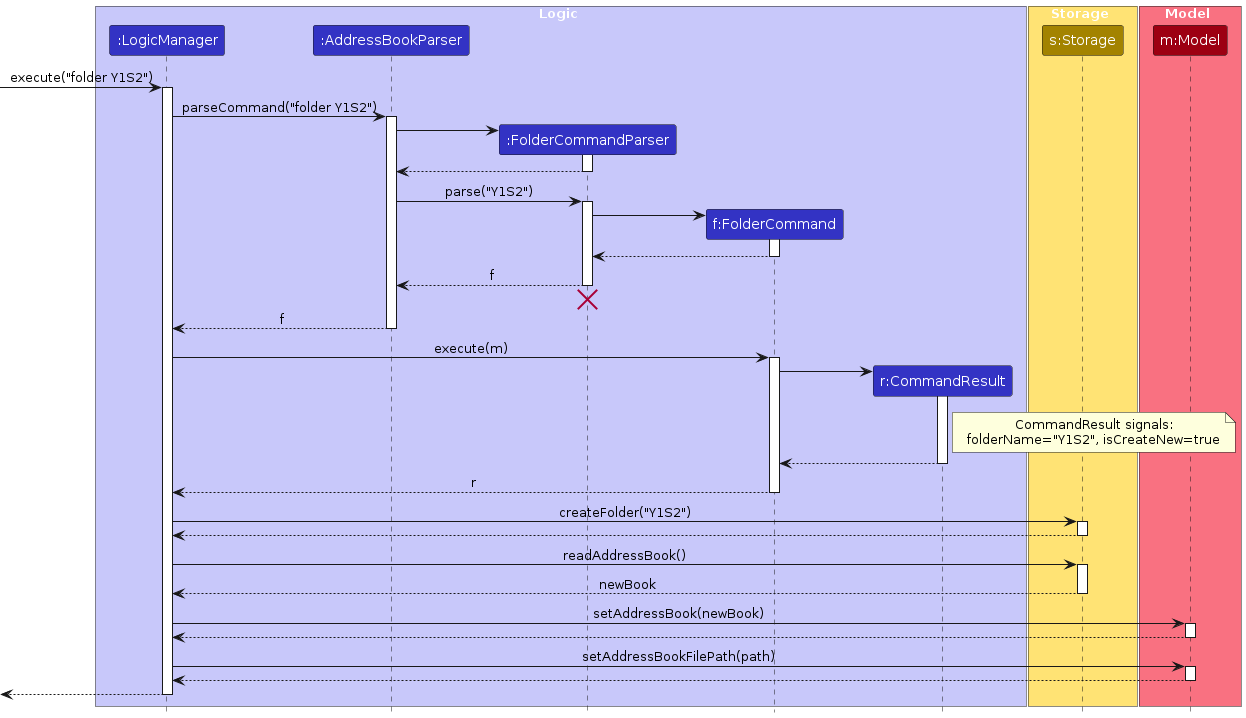
Above: diagrams/FolderSequenceDiagram.png in AY2526S2-CS2103T-F10-4/tp (PlantUML), before the change. Its source is kept beside it as diagrams/FolderSequenceDiagram.puml. Its diagram source:
```plantuml
@startuml FolderSequenceDiagram
!include style.puml
skinparam ArrowFontStyle plain

box Logic LOGIC_COLOR_T1
participant ":LogicManager" as LogicManager LOGIC_COLOR
participant ":AddressBookParser" as AddressBookParser LOGIC_COLOR
participant ":FolderCommandParser" as FolderCommandParser LOGIC_COLOR
participant "f:FolderCommand" as FolderCommand LOGIC_COLOR
participant "r:CommandResult" as CommandResult LOGIC_COLOR
end box

box Storage STORAGE_COLOR_T1
participant "s:Storage" as Storage STORAGE_COLOR
end box

box Model MODEL_COLOR_T1
participant "m:Model" as Model MODEL_COLOR
end box

[-> LogicManager : execute("folder Y1S2")
activate LogicManager

LogicManager -> AddressBookParser : parseCommand("folder Y1S2")
activate AddressBookParser

create FolderCommandParser
AddressBookParser -> FolderCommandParser
activate FolderCommandParser

FolderCommandParser --> AddressBookParser
deactivate FolderCommandParser

AddressBookParser -> FolderCommandParser : parse("Y1S2")
activate FolderCommandParser

create FolderCommand
FolderCommandParser -> FolderCommand
activate FolderCommand

FolderCommand --> FolderCommandParser
deactivate FolderCommand

FolderCommandParser --> AddressBookParser : f
deactivate FolderCommandParser
FolderCommandParser -[hidden]-> AddressBookParser
destroy FolderCommandParser

AddressBookParser --> LogicManager : f
deactivate AddressBookParser

LogicManager -> FolderCommand : execute(m)
activate FolderCommand

create CommandResult
FolderCommand -> CommandResult
activate CommandResult

note right of CommandResult
  CommandResult signals:
  folderName="Y1S2", isCreateNew=true
end note

CommandResult --> FolderCommand
deactivate CommandResult

FolderCommand --> LogicManager : r
deactivate FolderCommand


LogicManager -> Storage : createFolder("Y1S2")
activate Storage

Storage --> LogicManager
deactivate Storage

LogicManager -> Storage : readAddressBook()
activate Storage

Storage --> LogicManager : newBook
deactivate Storage

LogicManager -> Model : setAddressBook(newBook)
activate Model

Model --> LogicManager
deactivate Model

LogicManager -> Model : setAddressBookFilePath(path)
activate Model

Model --> LogicManager
deactivate Model

[<-- LogicManager
deactivate LogicManager
@enduml
```
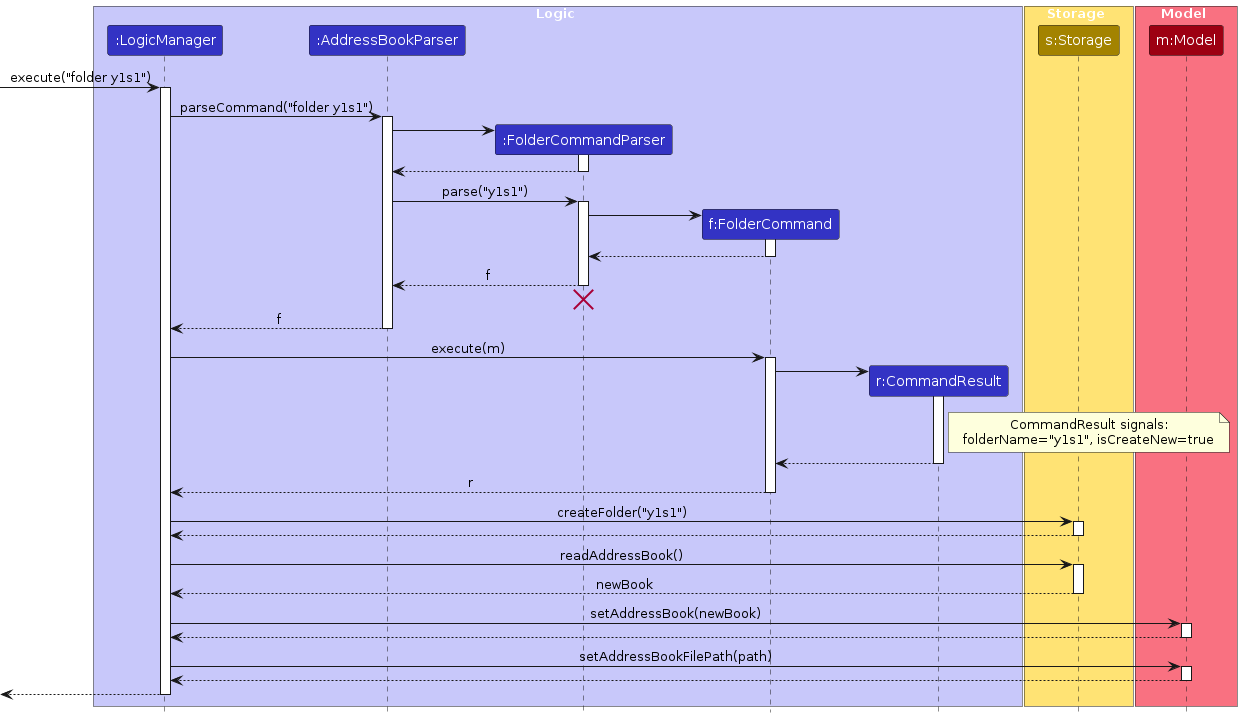
The same file after the commit.

What changed in the source:
```diff
@@ -18,10 +18,10 @@
 participant "m:Model" as Model MODEL_COLOR
 end box
 
-[-> LogicManager : execute("folder Y1S2")
+[-> LogicManager : execute("folder y1s1")
 activate LogicManager
 
-LogicManager -> AddressBookParser : parseCommand("folder Y1S2")
+LogicManager -> AddressBookParser : parseCommand("folder y1s1")
 activate AddressBookParser
 
 create FolderCommandParser
@@ -31,7 +31,7 @@
 FolderCommandParser --> AddressBookParser
 deactivate FolderCommandParser
 
-AddressBookParser -> FolderCommandParser : parse("Y1S2")
+AddressBookParser -> FolderCommandParser : parse("y1s1")
 activate FolderCommandParser
 
 create FolderCommand
@@ -58,7 +58,7 @@
 
 note right of CommandResult
   CommandResult signals:
-  folderName="Y1S2", isCreateNew=true
+  folderName="y1s1", isCreateNew=true
 end note
 
 CommandResult --> FolderCommand
@@ -68,7 +68,7 @@
 deactivate FolderCommand
 
 
-LogicManager -> Storage : createFolder("Y1S2")
+LogicManager -> Storage : createFolder("y1s1")
 activate Storage
 
 Storage --> LogicManager
```
